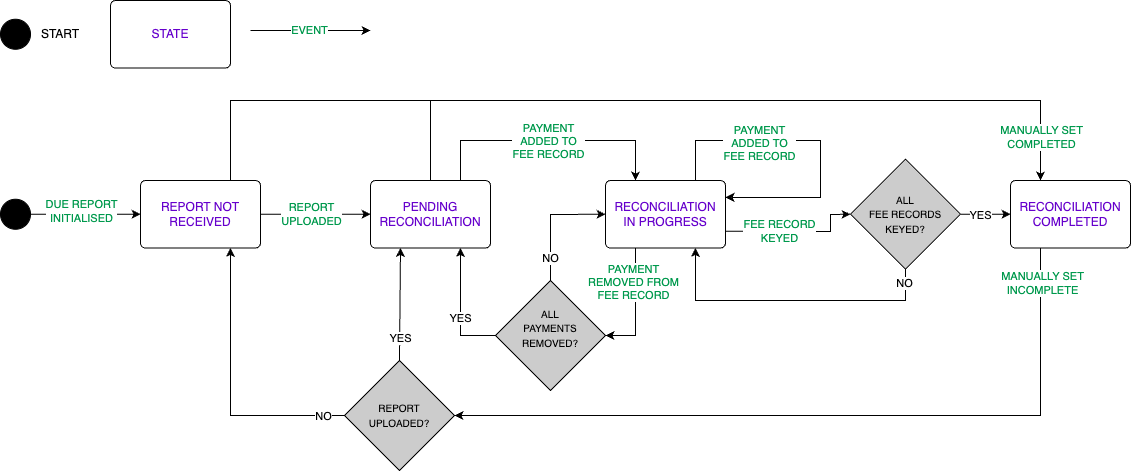
The draw.io diagram doc/assets/utilisation-report-state-machine.png in UK-Export-Finance/dtfs2, before a commit. Source tidied: cells renumbered, new cells last; positions are measured from the earlier drawing's top-left corner, leaving out a move shared by most shapes.
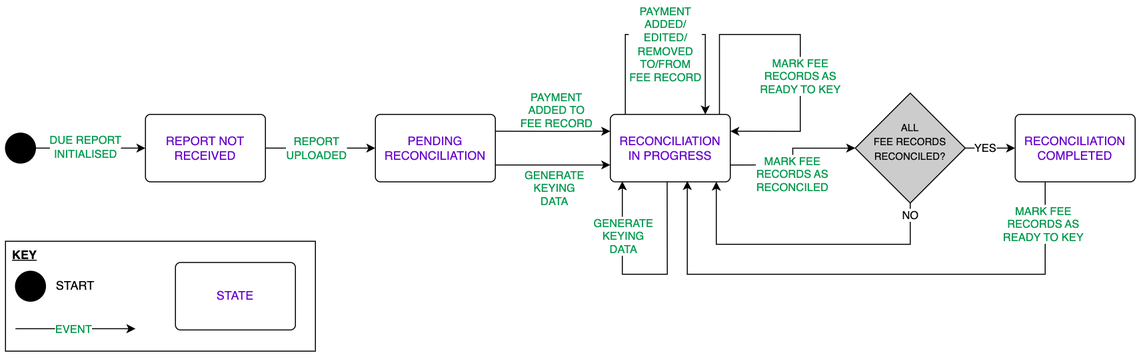
The same diagram one commit later.

Commit message:
docs(FN-3822): update utilisation report state machine diagram (#4203)

The edit, as a diff of the source:
```diff
@@ -4,5 +4,5 @@
     <mxCell id="1" parent="0" />
-    <mxCell id="2" style="ellipse;fillColor=strokeColor;html=1;" parent="1" vertex="1">
-      <mxGeometry y="198.8" width="30" height="30" as="geometry" />
-    </mxCell>
+    <mxCell id="44" style="ellipse;fillColor=strokeColor;html=1;" parent="1" vertex="1">
+      <mxGeometry y="198.8" width="30" height="30" as="geometry" />
+    </mxCell>
     <mxCell id="3" value="&lt;font color=&quot;#6600cc&quot;&gt;REPORT NOT RECEIVED&lt;/font&gt;" style="html=1;align=center;verticalAlign=middle;rounded=1;absoluteArcSize=1;arcSize=10;dashed=0;whiteSpace=wrap;" parent="1" vertex="1">
@@ -10,2 +10,10 @@
     </mxCell>
+    <mxCell id="45" style="edgeStyle=orthogonalEdgeStyle;rounded=0;jettySize=auto;html=1;exitX=1;exitY=0.75;exitDx=0;exitDy=0;entryX=0;entryY=0.75;entryDx=0;entryDy=0;" parent="1" edge="1" source="4" target="5">
+      <mxGeometry relative="1" as="geometry" />
+    </mxCell>
+    <mxCell id="46" value="&lt;font color=&quot;#00994d&quot;&gt;GENERATE&lt;br&gt;KEYING&lt;br&gt;DATA&lt;/font&gt;" style="edgeLabel;html=1;align=center;verticalAlign=middle;" parent="45" vertex="1">
+      <mxGeometry x="0.34" y="2" relative="1" as="geometry">
+        <mxPoint x="-19" y="25" as="offset" />
+      </mxGeometry>
+    </mxCell>
     <mxCell id="4" value="&lt;font color=&quot;#6600cc&quot;&gt;PENDING RECONCILIATION&lt;/font&gt;" style="html=1;align=center;verticalAlign=middle;rounded=1;absoluteArcSize=1;arcSize=10;dashed=0;whiteSpace=wrap;" parent="1" vertex="1">
@@ -13,2 +21,31 @@
     </mxCell>
+    <mxCell id="47" style="edgeStyle=orthogonalEdgeStyle;rounded=0;orthogonalLoop=1;jettySize=auto;html=1;exitX=0.094;exitY=-0.001;exitDx=0;exitDy=0;entryX=0.791;entryY=0.001;entryDx=0;entryDy=0;entryPerimeter=0;exitPerimeter=0;" parent="1" edge="1" source="5" target="5">
+      <mxGeometry relative="1" as="geometry">
+        <Array as="points">
+          <mxPoint x="620" y="180" />
+          <mxPoint x="620" y="100" />
+          <mxPoint x="700" y="100" />
+          <mxPoint x="700" y="180" />
+        </Array>
+      </mxGeometry>
+    </mxCell>
+    <mxCell id="48" value="&lt;font color=&quot;#00994d&quot;&gt;&lt;font style=&quot;border-color: var(--border-color);&quot;&gt;PAYMENT&lt;/font&gt;&lt;br style=&quot;border-color: var(--border-color);&quot;&gt;ADDED/&lt;br style=&quot;border-color: var(--border-color);&quot;&gt;EDITED/&lt;br style=&quot;border-color: var(--border-color);&quot;&gt;REMOVED&lt;br style=&quot;border-color: var(--border-color);&quot;&gt;TO/FROM&lt;br style=&quot;border-color: var(--border-color);&quot;&gt;&lt;span style=&quot;border-color: var(--border-color);&quot;&gt;FEE RECORD&lt;/span&gt;&lt;/font&gt;" style="edgeLabel;html=1;align=center;verticalAlign=middle;" parent="47" vertex="1">
+      <mxGeometry x="0.01" relative="1" as="geometry">
+        <mxPoint x="1" y="10" as="offset" />
+      </mxGeometry>
+    </mxCell>
+    <mxCell id="49" style="edgeStyle=orthogonalEdgeStyle;rounded=0;orthogonalLoop=1;jettySize=auto;html=1;exitX=0.474;exitY=0.997;exitDx=0;exitDy=0;entryX=0.107;entryY=0.993;entryDx=0;entryDy=0;exitPerimeter=0;entryPerimeter=0;" parent="1" edge="1" source="5" target="5">
+      <mxGeometry relative="1" as="geometry">
+        <Array as="points">
+          <mxPoint x="662" y="340" />
+          <mxPoint x="617" y="340" />
+          <mxPoint x="617" y="247" />
+        </Array>
+      </mxGeometry>
+    </mxCell>
+    <mxCell id="50" value="&lt;font color=&quot;#00994d&quot;&gt;GENERATE&lt;br style=&quot;border-color: var(--border-color);&quot;&gt;KEYING&lt;br style=&quot;border-color: var(--border-color);&quot;&gt;DATA&lt;/font&gt;" style="edgeLabel;html=1;align=center;verticalAlign=middle;" parent="49" vertex="1">
+      <mxGeometry x="-0.05" y="1" relative="1" as="geometry">
+        <mxPoint x="-26" y="-39" as="offset" />
+      </mxGeometry>
+    </mxCell>
     <mxCell id="5" value="&lt;font color=&quot;#6600cc&quot;&gt;RECONCILIATION &lt;br&gt;IN PROGRESS&lt;/font&gt;" style="html=1;align=center;verticalAlign=middle;rounded=1;absoluteArcSize=1;arcSize=10;dashed=0;whiteSpace=wrap;" parent="1" vertex="1">
@@ -16,2 +53,16 @@
     </mxCell>
+    <mxCell id="51" style="edgeStyle=orthogonalEdgeStyle;rounded=0;jettySize=auto;html=1;exitX=0.25;exitY=1;exitDx=0;exitDy=0;entryX=0.638;entryY=0.988;entryDx=0;entryDy=0;entryPerimeter=0;" parent="1" edge="1" source="6" target="5">
+      <mxGeometry relative="1" as="geometry">
+        <Array as="points">
+          <mxPoint x="1040" y="340" />
+          <mxPoint x="682" y="340" />
+          <mxPoint x="682" y="247" />
+        </Array>
+      </mxGeometry>
+    </mxCell>
+    <mxCell id="52" value="&lt;font color=&quot;#00994d&quot;&gt;MARK FEE&lt;br&gt;RECORDS AS&lt;br&gt;READY TO KEY&lt;/font&gt;" style="edgeLabel;html=1;align=center;verticalAlign=middle;" parent="51" vertex="1">
+      <mxGeometry x="-0.49" y="-1" relative="1" as="geometry">
+        <mxPoint x="43" y="-49" as="offset" />
+      </mxGeometry>
+    </mxCell>
     <mxCell id="6" value="&lt;font color=&quot;#6600cc&quot;&gt;RECONCILIATION COMPLETED&lt;/font&gt;" style="html=1;align=center;verticalAlign=middle;rounded=1;absoluteArcSize=1;arcSize=10;dashed=0;whiteSpace=wrap;" parent="1" vertex="1">
@@ -19,9 +70,11 @@
     </mxCell>
-    <mxCell id="7" style="endArrow=classic;html=1;rounded=0;exitX=1;exitY=0.5;exitDx=0;exitDy=0;entryX=0;entryY=0.5;entryDx=0;entryDy=0;" parent="1" edge="1" source="2" target="3">
-      <mxGeometry relative="1" as="geometry" />
-    </mxCell>
+    <mxCell id="53" style="endArrow=classic;html=1;rounded=0;exitX=1;exitY=0.5;exitDx=0;exitDy=0;entryX=0;entryY=0.5;entryDx=0;entryDy=0;edgeStyle=orthogonalEdgeStyle;" parent="1" edge="1" source="44" target="3">
+      <mxGeometry relative="1" as="geometry" />
+    </mxCell>
-    <mxCell id="8" value="&lt;font color=&quot;#00994d&quot;&gt;DUE REPORT&lt;br&gt;INITIALISED&lt;/font&gt;" style="edgeLabel;html=1;align=center;verticalAlign=middle;" parent="7" vertex="1">
-      <mxGeometry x="-0.08" y="3" relative="1" as="geometry" />
+    <mxCell id="8" value="&lt;font color=&quot;#00994d&quot;&gt;DUE REPORT&lt;br&gt;INITIALISED&lt;/font&gt;" style="edgeLabel;html=1;align=center;verticalAlign=middle;" parent="53" vertex="1">
+      <mxGeometry x="-0.08" y="3" relative="1" as="geometry">
+        <mxPoint y="2" as="offset" />
+      </mxGeometry>
     </mxCell>
-    <mxCell id="9" style="endArrow=classic;html=1;rounded=0;exitX=1;exitY=0.5;exitDx=0;exitDy=0;entryX=0;entryY=0.5;entryDx=0;entryDy=0;" parent="1" edge="1" source="3" target="4">
+    <mxCell id="9" style="endArrow=classic;html=1;rounded=0;exitX=1;exitY=0.5;exitDx=0;exitDy=0;entryX=0;entryY=0.5;entryDx=0;entryDy=0;edgeStyle=orthogonalEdgeStyle;" parent="1" edge="1" source="3" target="4">
       <mxGeometry relative="1" as="geometry" />
@@ -31,173 +84,87 @@
     </mxCell>
-    <mxCell id="11" style="endArrow=classic;html=1;rounded=0;entryX=0.25;entryY=0;entryDx=0;entryDy=0;exitX=0.5;exitY=0;exitDx=0;exitDy=0;" parent="1" edge="1" source="4" target="6">
-      <mxGeometry relative="1" as="geometry">
-        <Array as="points">
-          <mxPoint x="430" y="100" />
-          <mxPoint x="1040" y="100" />
-        </Array>
-      </mxGeometry>
-    </mxCell>
-    <mxCell id="12" value="&lt;font style=&quot;&quot;&gt;&lt;span style=&quot;font-size: 10px;&quot;&gt;ALL&lt;/span&gt;&lt;br&gt;&lt;span style=&quot;font-size: 10px;&quot;&gt;PAYMENTS&lt;/span&gt;&lt;br&gt;&lt;span style=&quot;font-size: 10px;&quot;&gt;REMOVED?&lt;br&gt;&lt;/span&gt;&lt;br&gt;&lt;/font&gt;" style="rhombus;whiteSpace=wrap;html=1;labelBackgroundColor=none;fillColor=#CCCCCC;fontColor=default;" parent="1" vertex="1">
-      <mxGeometry x="495" y="280" width="110" height="110" as="geometry" />
-    </mxCell>
-    <mxCell id="13" value="&lt;font style=&quot;font-size: 10px;&quot;&gt;ALL&lt;br&gt;FEE RECORDS&lt;br&gt;KEYED?&lt;/font&gt;" style="rhombus;whiteSpace=wrap;html=1;labelBackgroundColor=none;fillColor=#CCCCCC;fontColor=default;" parent="1" vertex="1">
-      <mxGeometry x="850" y="158.8" width="110" height="110" as="geometry" />
-    </mxCell>
-    <mxCell id="14" style="endArrow=classic;html=1;rounded=0;exitX=0.75;exitY=0;exitDx=0;exitDy=0;entryX=0.25;entryY=0;entryDx=0;entryDy=0;" parent="1" edge="1" source="4" target="5">
-      <mxGeometry relative="1" as="geometry">
-        <Array as="points">
-          <mxPoint x="460" y="140" />
-          <mxPoint x="635" y="140" />
-        </Array>
-      </mxGeometry>
-    </mxCell>
-    <mxCell id="15" value="&lt;font color=&quot;#00994d&quot;&gt;PAYMENT&lt;br&gt;ADDED TO&lt;br&gt;FEE RECORD&lt;/font&gt;" style="edgeLabel;html=1;align=center;verticalAlign=middle;" parent="14" vertex="1">
-      <mxGeometry x="-0.08" relative="1" as="geometry">
-        <mxPoint x="9" y="1" as="offset" />
-      </mxGeometry>
-    </mxCell>
-    <mxCell id="16" style="endArrow=classic;html=1;rounded=0;exitX=1;exitY=0.5;exitDx=0;exitDy=0;entryX=0;entryY=0.5;entryDx=0;entryDy=0;" parent="1" edge="1" source="13" target="6">
-      <mxGeometry relative="1" as="geometry" />
-    </mxCell>
-    <mxCell id="17" value="YES" style="edgeLabel;html=1;align=center;verticalAlign=middle;" parent="16" vertex="1">
-      <mxGeometry x="-0.25" y="-2" relative="1" as="geometry">
-        <mxPoint y="-1" as="offset" />
-      </mxGeometry>
-    </mxCell>
-    <mxCell id="18" style="endArrow=classic;html=1;rounded=0;exitX=0.5;exitY=1;exitDx=0;exitDy=0;entryX=0.75;entryY=1;entryDx=0;entryDy=0;" parent="1" edge="1" source="13" target="5">
-      <mxGeometry relative="1" as="geometry">
-        <Array as="points">
-          <mxPoint x="905" y="300" />
-          <mxPoint x="695" y="300" />
-        </Array>
-      </mxGeometry>
-    </mxCell>
-    <mxCell id="19" value="NO" style="edgeLabel;html=1;align=center;verticalAlign=middle;" parent="18" vertex="1">
-      <mxGeometry x="-0.92" y="-1" relative="1" as="geometry">
-        <mxPoint y="2" as="offset" />
-      </mxGeometry>
-    </mxCell>
-    <mxCell id="20" style="endArrow=classic;html=1;rounded=0;entryX=1;entryY=0.25;entryDx=0;entryDy=0;exitX=0.75;exitY=0;exitDx=0;exitDy=0;" parent="1" edge="1" source="5" target="5">
-      <mxGeometry relative="1" as="geometry">
-        <Array as="points">
-          <mxPoint x="695" y="140" />
-          <mxPoint x="820" y="140" />
-          <mxPoint x="820" y="197" />
-        </Array>
-      </mxGeometry>
-    </mxCell>
-    <mxCell id="21" value="&lt;font color=&quot;#00994d&quot;&gt;PAYMENT&lt;br&gt;ADDED TO&lt;br&gt;FEE RECORD&lt;/font&gt;" style="edgeLabel;html=1;align=center;verticalAlign=middle;" parent="20" vertex="1">
-      <mxGeometry x="-0.01" y="-2" relative="1" as="geometry">
-        <mxPoint x="-54" y="1" as="offset" />
-      </mxGeometry>
-    </mxCell>
-    <mxCell id="22" style="endArrow=classic;html=1;rounded=0;entryX=1;entryY=0.5;entryDx=0;entryDy=0;exitX=0.25;exitY=1;exitDx=0;exitDy=0;" parent="1" edge="1" source="5" target="12">
-      <mxGeometry relative="1" as="geometry">
-        <Array as="points">
-          <mxPoint x="635" y="335" />
-        </Array>
-      </mxGeometry>
-    </mxCell>
-    <mxCell id="23" value="&lt;font color=&quot;#00994d&quot;&gt;PAYMENT&lt;br&gt;REMOVED FROM&lt;br&gt;FEE RECORD&lt;/font&gt;" style="edgeLabel;html=1;align=center;verticalAlign=middle;" parent="22" vertex="1">
-      <mxGeometry x="0.22" relative="1" as="geometry">
-        <mxPoint x="-2" y="-37" as="offset" />
-      </mxGeometry>
-    </mxCell>
-    <mxCell id="24" style="endArrow=classic;html=1;rounded=0;entryX=0.25;entryY=0;entryDx=0;entryDy=0;exitX=0.75;exitY=0;exitDx=0;exitDy=0;" parent="1" edge="1" source="3" target="6">
-      <mxGeometry relative="1" as="geometry">
-        <Array as="points">
-          <mxPoint x="230" y="100" />
-          <mxPoint x="1040" y="100" />
-        </Array>
-      </mxGeometry>
-    </mxCell>
-    <mxCell id="25" value="&lt;font color=&quot;#00994d&quot;&gt;MANUALLY SET&lt;br&gt;COMPLETED&lt;/font&gt;" style="edgeLabel;html=1;align=center;verticalAlign=middle;" parent="24" vertex="1">
-      <mxGeometry x="0.89" y="1" relative="1" as="geometry">
-        <mxPoint y="7" as="offset" />
-      </mxGeometry>
-    </mxCell>
-    <mxCell id="26" style="endArrow=classic;html=1;rounded=0;exitX=1;exitY=0.75;exitDx=0;exitDy=0;entryX=0;entryY=0.5;entryDx=0;entryDy=0;" parent="1" edge="1" source="5" target="13">
-      <mxGeometry relative="1" as="geometry">
-        <Array as="points">
-          <mxPoint x="830" y="231" />
-          <mxPoint x="830" y="214" />
-        </Array>
-      </mxGeometry>
-    </mxCell>
-    <mxCell id="27" value="&lt;font color=&quot;#00994d&quot;&gt;FEE RECORD&lt;br&gt;KEYED&lt;/font&gt;" style="edgeLabel;html=1;align=center;verticalAlign=middle;" parent="26" vertex="1">
-      <mxGeometry x="-0.36" relative="1" as="geometry">
-        <mxPoint x="9" as="offset" />
-      </mxGeometry>
-    </mxCell>
-    <mxCell id="28" style="endArrow=classic;html=1;rounded=0;exitX=0.25;exitY=1;exitDx=0;exitDy=0;entryX=1;entryY=0.5;entryDx=0;entryDy=0;" parent="1" edge="1" source="6" target="30">
-      <mxGeometry relative="1" as="geometry">
-        <Array as="points">
-          <mxPoint x="1040" y="415" />
-        </Array>
-      </mxGeometry>
-    </mxCell>
-    <mxCell id="29" value="&lt;font color=&quot;#00994d&quot;&gt;MANUALLY SET&lt;br&gt;INCOMPLETE&lt;/font&gt;" style="edgeLabel;html=1;align=center;verticalAlign=middle;" parent="28" vertex="1">
-      <mxGeometry x="-0.83" y="2" relative="1" as="geometry">
-        <mxPoint y="-28" as="offset" />
-      </mxGeometry>
-    </mxCell>
-    <mxCell id="30" value="&lt;font style=&quot;font-size: 10px;&quot;&gt;REPORT&lt;br&gt;UPLOADED?&lt;br&gt;&lt;/font&gt;" style="rhombus;whiteSpace=wrap;html=1;labelBackgroundColor=none;fillColor=#CCCCCC;fontColor=default;" parent="1" vertex="1">
-      <mxGeometry x="344" y="360" width="110" height="110" as="geometry" />
-    </mxCell>
-    <mxCell id="31" style="endArrow=classic;html=1;rounded=0;exitX=0;exitY=0.5;exitDx=0;exitDy=0;entryX=0.75;entryY=1;entryDx=0;entryDy=0;" parent="1" edge="1" source="30" target="3">
-      <mxGeometry relative="1" as="geometry">
-        <Array as="points">
-          <mxPoint x="230" y="415" />
-        </Array>
-      </mxGeometry>
-    </mxCell>
-    <mxCell id="32" value="NO" style="edgeLabel;html=1;align=center;verticalAlign=middle;" parent="31" vertex="1">
-      <mxGeometry x="-0.86" y="1" relative="1" as="geometry">
-        <mxPoint x="-2" as="offset" />
-      </mxGeometry>
-    </mxCell>
-    <mxCell id="33" style="endArrow=classic;html=1;rounded=0;entryX=0;entryY=0.5;entryDx=0;entryDy=0;exitX=0.5;exitY=0;exitDx=0;exitDy=0;" parent="1" edge="1" source="12" target="5">
-      <mxGeometry relative="1" as="geometry">
-        <Array as="points">
-          <mxPoint x="550" y="214" />
-        </Array>
-      </mxGeometry>
-    </mxCell>
-    <mxCell id="34" value="NO" style="edgeLabel;html=1;align=center;verticalAlign=middle;" parent="33" vertex="1">
-      <mxGeometry x="-0.63" relative="1" as="geometry" />
-    </mxCell>
-    <mxCell id="35" style="endArrow=classic;html=1;rounded=0;exitX=0;exitY=0.5;exitDx=0;exitDy=0;entryX=0.75;entryY=1;entryDx=0;entryDy=0;" parent="1" edge="1" source="12" target="4">
-      <mxGeometry relative="1" as="geometry">
-        <Array as="points">
-          <mxPoint x="460" y="335" />
-        </Array>
-      </mxGeometry>
-    </mxCell>
-    <mxCell id="36" value="YES" style="edgeLabel;html=1;align=center;verticalAlign=middle;" parent="35" vertex="1">
-      <mxGeometry x="-0.7" y="3" relative="1" as="geometry">
-        <mxPoint x="-17" y="-20" as="offset" />
-      </mxGeometry>
-    </mxCell>
-    <mxCell id="37" style="endArrow=classic;html=1;rounded=0;exitX=0.5;exitY=0;exitDx=0;exitDy=0;entryX=0.25;entryY=1;entryDx=0;entryDy=0;" parent="1" edge="1" source="30" target="4">
-      <mxGeometry relative="1" as="geometry" />
-    </mxCell>
-    <mxCell id="38" value="YES" style="edgeLabel;html=1;align=center;verticalAlign=middle;" parent="37" vertex="1">
-      <mxGeometry x="-0.6" relative="1" as="geometry" />
-    </mxCell>
-    <mxCell id="39" style="ellipse;fillColor=strokeColor;html=1;" parent="1" vertex="1">
-      <mxGeometry y="18.8" width="30" height="30" as="geometry" />
-    </mxCell>
+    <mxCell id="54" value="&lt;font style=&quot;font-size: 10px;&quot;&gt;ALL&lt;br style=&quot;border-color: var(--border-color);&quot;&gt;FEE RECORDS&lt;br style=&quot;border-color: var(--border-color);&quot;&gt;RECONCILED?&lt;br&gt;&lt;br&gt;&lt;/font&gt;" style="rhombus;whiteSpace=wrap;html=1;labelBackgroundColor=none;fillColor=#CCCCCC;fontColor=default;" parent="1" vertex="1">
+      <mxGeometry x="850" y="158.8" width="110" height="110" as="geometry" />
+    </mxCell>
+    <mxCell id="55" style="endArrow=classic;html=1;rounded=0;exitX=1;exitY=0.25;exitDx=0;exitDy=0;entryX=0;entryY=0.25;entryDx=0;entryDy=0;edgeStyle=orthogonalEdgeStyle;" parent="1" edge="1" source="4" target="5">
+      <mxGeometry relative="1" as="geometry">
+        <Array as="points">
+          <mxPoint x="560" y="197" />
+          <mxPoint x="560" y="197" />
+        </Array>
+      </mxGeometry>
+    </mxCell>
+    <mxCell id="56" value="&lt;font color=&quot;#00994d&quot;&gt;PAYMENT&lt;br&gt;ADDED TO&lt;br&gt;FEE RECORD&lt;/font&gt;" style="edgeLabel;html=1;align=center;verticalAlign=middle;" parent="55" vertex="1">
+      <mxGeometry x="-0.08" relative="1" as="geometry">
+        <mxPoint x="7" y="-21" as="offset" />
+      </mxGeometry>
+    </mxCell>
+    <mxCell id="57" style="endArrow=classic;html=1;rounded=0;exitX=1;exitY=0.5;exitDx=0;exitDy=0;entryX=0;entryY=0.5;entryDx=0;entryDy=0;edgeStyle=orthogonalEdgeStyle;" parent="1" edge="1" source="54" target="6">
+      <mxGeometry relative="1" as="geometry" />
+    </mxCell>
+    <mxCell id="58" value="YES" style="edgeLabel;html=1;align=center;verticalAlign=middle;" parent="57" vertex="1">
+      <mxGeometry x="-0.25" y="-2" relative="1" as="geometry">
+        <mxPoint x="1" y="-2" as="offset" />
+      </mxGeometry>
+    </mxCell>
+    <mxCell id="59" style="endArrow=classic;html=1;rounded=0;exitX=0.5;exitY=1;exitDx=0;exitDy=0;entryX=0.887;entryY=0.997;entryDx=0;entryDy=0;edgeStyle=orthogonalEdgeStyle;entryPerimeter=0;" parent="1" edge="1" source="54" target="5">
+      <mxGeometry relative="1" as="geometry">
+        <Array as="points">
+          <mxPoint x="905" y="310" />
+          <mxPoint x="711" y="310" />
+          <mxPoint x="711" y="247" />
+        </Array>
+      </mxGeometry>
+    </mxCell>
+    <mxCell id="60" value="NO" style="edgeLabel;html=1;align=center;verticalAlign=middle;" parent="59" vertex="1">
+      <mxGeometry x="-0.92" y="-1" relative="1" as="geometry">
+        <mxPoint x="1" as="offset" />
+      </mxGeometry>
+    </mxCell>
+    <mxCell id="61" style="endArrow=classic;html=1;rounded=0;exitX=1;exitY=0.75;exitDx=0;exitDy=0;entryX=0;entryY=0.5;entryDx=0;entryDy=0;edgeStyle=orthogonalEdgeStyle;" parent="1" edge="1" source="5" target="54">
+      <mxGeometry relative="1" as="geometry" />
+    </mxCell>
+    <mxCell id="62" value="&lt;font color=&quot;#00994d&quot;&gt;MARK FEE&lt;br style=&quot;border-color: var(--border-color);&quot;&gt;RECORDS AS&lt;br style=&quot;border-color: var(--border-color);&quot;&gt;RECONCILED&lt;/font&gt;" style="edgeLabel;html=1;align=center;verticalAlign=middle;" parent="61" vertex="1">
+      <mxGeometry x="-0.36" relative="1" as="geometry">
+        <mxPoint x="17" y="9" as="offset" />
+      </mxGeometry>
+    </mxCell>
+    <mxCell id="63" style="edgeStyle=orthogonalEdgeStyle;rounded=0;orthogonalLoop=1;jettySize=auto;html=1;exitX=0.91;exitY=0;exitDx=0;exitDy=0;entryX=1;entryY=0.25;entryDx=0;entryDy=0;exitPerimeter=0;" parent="1" edge="1" source="5" target="5">
+      <mxGeometry relative="1" as="geometry">
+        <Array as="points">
+          <mxPoint x="714" y="100" />
+          <mxPoint x="795" y="100" />
+          <mxPoint x="795" y="197" />
+        </Array>
+      </mxGeometry>
+    </mxCell>
+    <mxCell id="64" value="&lt;font color=&quot;#00994d&quot;&gt;MARK FEE&lt;br style=&quot;border-color: var(--border-color);&quot;&gt;RECORDS AS&lt;br style=&quot;border-color: var(--border-color);&quot;&gt;READY TO KEY&lt;/font&gt;" style="edgeLabel;html=1;align=center;verticalAlign=middle;" parent="63" vertex="1">
+      <mxGeometry x="0.24" y="1" relative="1" as="geometry">
+        <mxPoint x="-1" y="-2" as="offset" />
+      </mxGeometry>
+    </mxCell>
+    <mxCell id="65" style="group;" parent="1" vertex="1">
+      <mxGeometry y="307" width="310" height="110" as="geometry" />
+    </mxCell>
+    <mxCell id="66" value="KEY" style="rounded=0;whiteSpace=wrap;html=1;align=left;verticalAlign=top;spacingLeft=5;fontStyle=5;" parent="65" vertex="1">
+      <mxGeometry width="310" height="110" as="geometry" />
+    </mxCell>
+    <mxCell id="67" style="group;" parent="65" vertex="1">
+      <mxGeometry x="10" y="30" width="85" height="30" as="geometry" />
+    </mxCell>
+    <mxCell id="68" style="ellipse;fillColor=strokeColor;html=1;" parent="67" vertex="1">
+      <mxGeometry width="30" height="30" as="geometry" />
+    </mxCell>
-    <mxCell id="40" value="START" style="text;html=1;strokeColor=none;fillColor=none;align=center;verticalAlign=middle;whiteSpace=wrap;rounded=0;" parent="1" vertex="1">
-      <mxGeometry x="35" y="18.8" width="50" height="30" as="geometry" />
+    <mxCell id="40" value="START" style="text;html=1;strokeColor=none;fillColor=none;align=center;verticalAlign=middle;whiteSpace=wrap;rounded=0;" parent="67" vertex="1">
+      <mxGeometry x="35" width="50" height="30" as="geometry" />
     </mxCell>
-    <mxCell id="41" value="&lt;font color=&quot;#6600cc&quot;&gt;STATE&lt;/font&gt;" style="html=1;align=center;verticalAlign=middle;rounded=1;absoluteArcSize=1;arcSize=10;dashed=0;whiteSpace=wrap;" parent="1" vertex="1">
-      <mxGeometry x="110" width="120" height="67.5" as="geometry" />
+    <mxCell id="41" value="&lt;font color=&quot;#6600cc&quot;&gt;STATE&lt;/font&gt;" style="html=1;align=center;verticalAlign=middle;rounded=1;absoluteArcSize=1;arcSize=10;dashed=0;whiteSpace=wrap;" parent="65" vertex="1">
+      <mxGeometry x="170" y="21.2" width="120" height="67.5" as="geometry" />
     </mxCell>
-    <mxCell id="42" style="endArrow=classic;html=1;rounded=0;exitX=1;exitY=0.5;exitDx=0;exitDy=0;" parent="1" edge="1">
-      <mxGeometry relative="1" as="geometry">
-        <mxPoint x="250" y="30" as="sourcePoint" />
-        <mxPoint x="370" y="30" as="targetPoint" />
-      </mxGeometry>
-    </mxCell>
+    <mxCell id="69" style="endArrow=classic;html=1;rounded=0;exitX=1;exitY=0.5;exitDx=0;exitDy=0;edgeStyle=orthogonalEdgeStyle;" parent="65" edge="1">
+      <mxGeometry relative="1" as="geometry">
+        <mxPoint x="10" y="87.5" as="sourcePoint" />
+        <mxPoint x="130" y="87.5" as="targetPoint" />
+      </mxGeometry>
+    </mxCell>
-    <mxCell id="43" value="&lt;font color=&quot;#00994d&quot;&gt;EVENT&lt;/font&gt;" style="edgeLabel;html=1;align=center;verticalAlign=middle;" parent="42" vertex="1">
+    <mxCell id="43" value="&lt;font color=&quot;#00994d&quot;&gt;EVENT&lt;/font&gt;" style="edgeLabel;html=1;align=center;verticalAlign=middle;" parent="69" vertex="1">
       <mxGeometry x="-0.08" y="3" relative="1" as="geometry">
```
